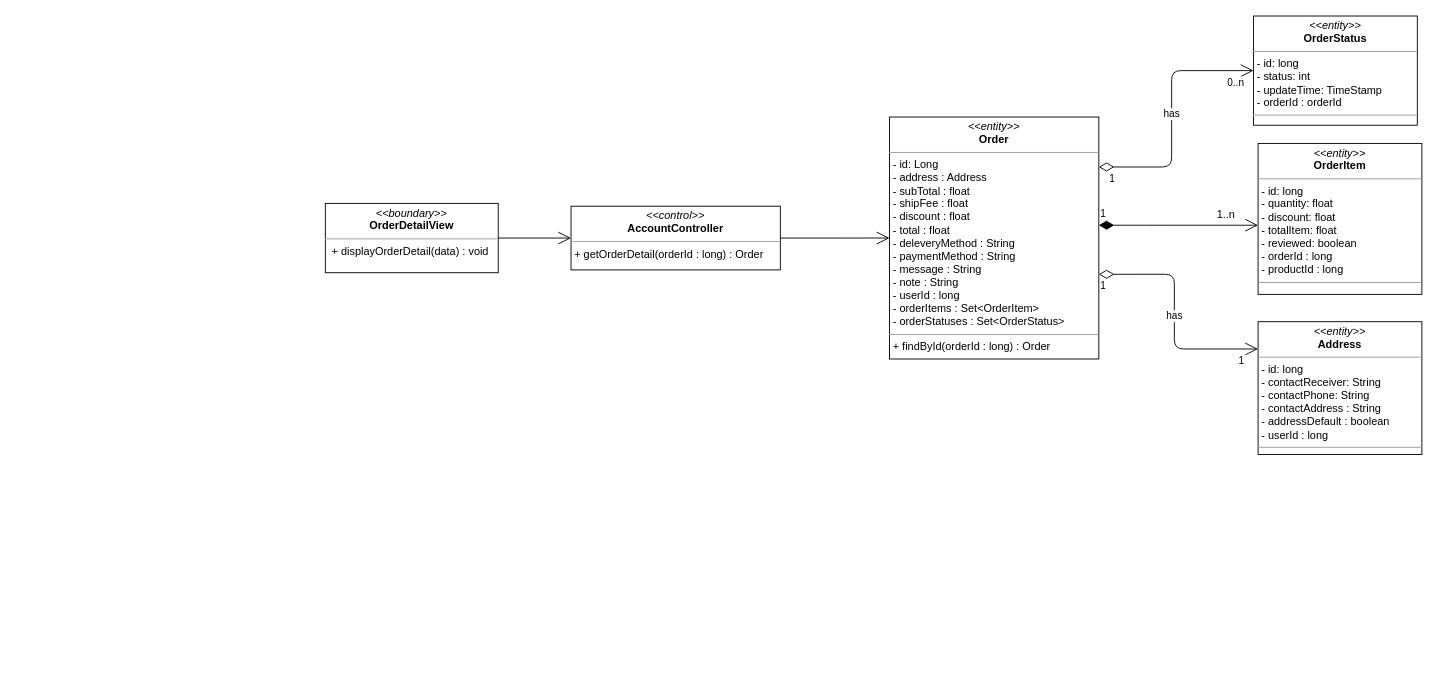
This is class diagram/get-order-detail-history-class-diagram.drawio from nguyenphamvan/datn_20202, a draw.io file, before an edit. Source tidied: cells renumbered, new cells numbered last; positions are measured from the earlier drawing's top-left corner, leaving out a move shared by most shapes. Both pictures are drawn from the tidied source at 91%, with x=0, y=0 at pixel (325, 15).
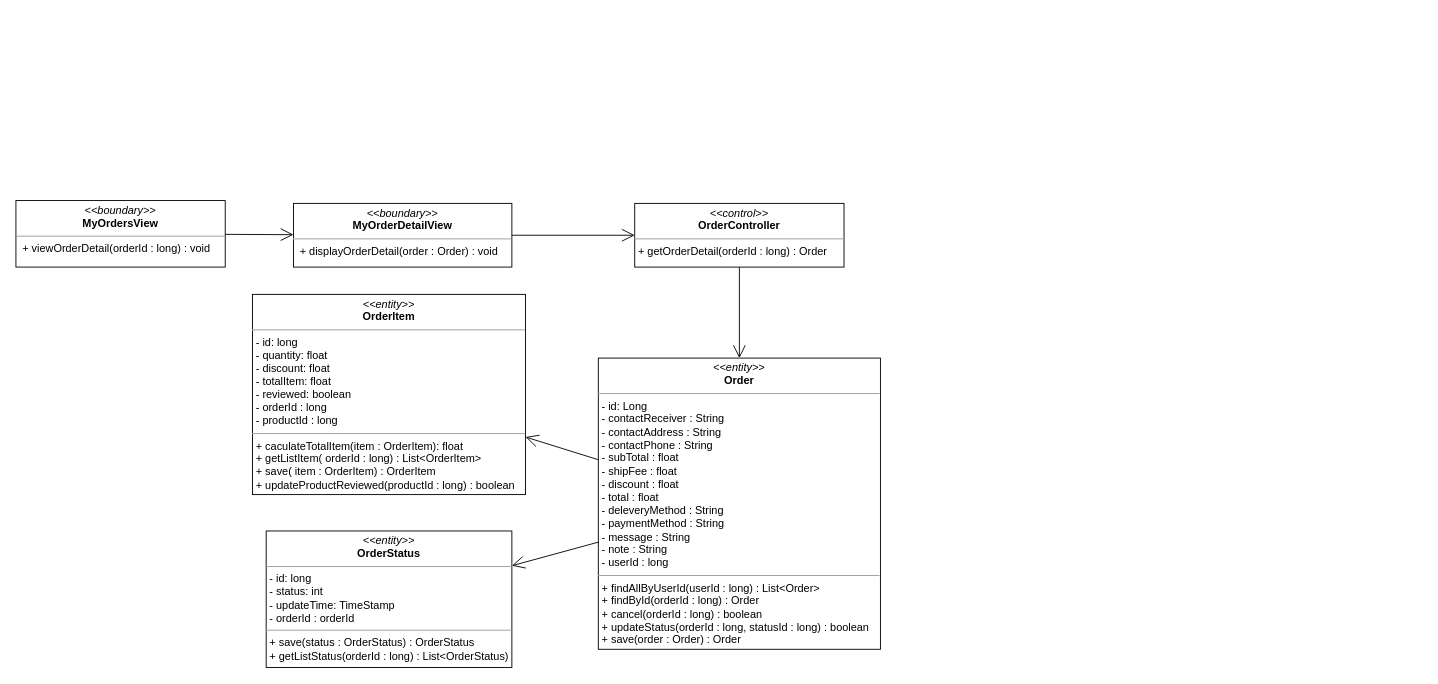
After the change.

Change to the diagram source:
```diff
@@
-    <mxCell id="2" value="&lt;p style=&quot;margin: 0px ; margin-top: 4px ; text-align: center&quot;&gt;&lt;i&gt;&amp;lt;&amp;lt;boundary&amp;gt;&amp;gt;&lt;/i&gt;&lt;br&gt;&lt;b&gt;OrderDetailView&lt;/b&gt;&lt;/p&gt;&lt;hr size=&quot;1&quot;&gt;&lt;p style=&quot;margin: 0px ; margin-left: 4px&quot;&gt;&lt;span&gt;&amp;nbsp;&lt;/span&gt;&lt;span&gt;+ displayOrderDetail(data) : void&lt;/span&gt;&lt;/p&gt;" style="verticalAlign=top;align=left;overflow=fill;fontSize=12;fontFamily=Helvetica;html=1;" parent="1" vertex="1">
-      <mxGeometry y="206" width="190" height="76.2" as="geometry" />
+    <mxCell id="2" value="&lt;p style=&quot;margin: 0px ; margin-top: 4px ; text-align: center&quot;&gt;&lt;i&gt;&amp;lt;&amp;lt;boundary&amp;gt;&amp;gt;&lt;/i&gt;&lt;br&gt;&lt;b&gt;MyOrderDetailView&lt;/b&gt;&lt;/p&gt;&lt;hr size=&quot;1&quot;&gt;&lt;p style=&quot;margin: 0px ; margin-left: 4px&quot;&gt;&lt;span&gt;&amp;nbsp;&lt;/span&gt;&lt;span&gt;+ displayOrderDetail(order : Order) : void&lt;/span&gt;&lt;/p&gt;" style="verticalAlign=top;align=left;overflow=fill;fontSize=12;fontFamily=Helvetica;html=1;" parent="1" vertex="1">
+      <mxGeometry x="-35" y="206" width="240" height="70" as="geometry" />
     </mxCell>
@@
-    <mxCell id="4" value="&lt;p style=&quot;margin: 0px ; margin-top: 4px ; text-align: center&quot;&gt;&lt;i&gt;&amp;lt;&amp;lt;control&amp;gt;&amp;gt;&lt;/i&gt;&lt;br&gt;&lt;b&gt;AccountController&lt;/b&gt;&lt;/p&gt;&lt;hr size=&quot;1&quot;&gt;&lt;p style=&quot;margin: 0px ; margin-left: 4px&quot;&gt;+ getOrderDetail(orderId : long) : Order&lt;br&gt;&lt;/p&gt;" style="verticalAlign=top;align=left;overflow=fill;fontSize=12;fontFamily=Helvetica;html=1;" parent="1" vertex="1">
-      <mxGeometry x="270" y="209.1" width="230" height="70" as="geometry" />
+    <mxCell id="4" value="&lt;p style=&quot;margin: 0px ; margin-top: 4px ; text-align: center&quot;&gt;&lt;i&gt;&amp;lt;&amp;lt;control&amp;gt;&amp;gt;&lt;/i&gt;&lt;br&gt;&lt;b&gt;OrderController&lt;/b&gt;&lt;/p&gt;&lt;hr size=&quot;1&quot;&gt;&lt;p style=&quot;margin: 0px ; margin-left: 4px&quot;&gt;+ getOrderDetail(orderId : long) : Order&lt;br&gt;&lt;/p&gt;" style="verticalAlign=top;align=left;overflow=fill;fontSize=12;fontFamily=Helvetica;html=1;" parent="1" vertex="1">
+      <mxGeometry x="340" y="206" width="230" height="70" as="geometry" />
     </mxCell>
@@
-    <mxCell id="6" value="&lt;p style=&quot;margin: 0px ; margin-top: 4px ; text-align: center&quot;&gt;&lt;i&gt;&amp;lt;&amp;lt;entity&amp;gt;&amp;gt;&lt;/i&gt;&lt;br&gt;&lt;b&gt;Address&lt;/b&gt;&lt;/p&gt;&lt;hr size=&quot;1&quot;&gt;&lt;p style=&quot;margin: 0px ; margin-left: 4px&quot;&gt;- id: long&lt;/p&gt;&lt;p style=&quot;margin: 0px ; margin-left: 4px&quot;&gt;- contactReceiver: String&lt;br&gt;- contactPhone: String&lt;/p&gt;&lt;p style=&quot;margin: 0px ; margin-left: 4px&quot;&gt;- contactAddress : String&lt;/p&gt;&lt;p style=&quot;margin: 0px ; margin-left: 4px&quot;&gt;- addressDefault : boolean&lt;/p&gt;&lt;p style=&quot;margin: 0px ; margin-left: 4px&quot;&gt;- userId : long&lt;/p&gt;&lt;hr size=&quot;1&quot;&gt;&lt;p style=&quot;margin: 0px ; margin-left: 4px&quot;&gt;&lt;br&gt;&lt;/p&gt;" style="verticalAlign=top;align=left;overflow=fill;fontSize=12;fontFamily=Helvetica;html=1;" parent="1" vertex="1">
-      <mxGeometry x="1025" y="336" width="180" height="145.9" as="geometry" />
-    </mxCell>
-    <mxCell id="7" value="&lt;p style=&quot;margin: 0px ; margin-top: 4px ; text-align: center&quot;&gt;&lt;i&gt;&amp;lt;&amp;lt;entity&amp;gt;&amp;gt;&lt;/i&gt;&lt;br&gt;&lt;b&gt;OrderItem&lt;/b&gt;&lt;/p&gt;&lt;hr size=&quot;1&quot;&gt;&lt;p style=&quot;margin: 0px ; margin-left: 4px&quot;&gt;- id: long&lt;/p&gt;&lt;p style=&quot;margin: 0px ; margin-left: 4px&quot;&gt;- quantity: float&lt;br&gt;- discount: float&lt;/p&gt;&lt;p style=&quot;margin: 0px ; margin-left: 4px&quot;&gt;- totalItem: float&lt;/p&gt;&lt;p style=&quot;margin: 0px ; margin-left: 4px&quot;&gt;- reviewed: boolean&lt;/p&gt;&lt;p style=&quot;margin: 0px ; margin-left: 4px&quot;&gt;- orderId : long&lt;/p&gt;&lt;p style=&quot;margin: 0px ; margin-left: 4px&quot;&gt;- productId : long&lt;/p&gt;&lt;hr size=&quot;1&quot;&gt;&lt;p style=&quot;margin: 0px ; margin-left: 4px&quot;&gt;&lt;br&gt;&lt;/p&gt;" style="verticalAlign=top;align=left;overflow=fill;fontSize=12;fontFamily=Helvetica;html=1;" parent="1" vertex="1">
-      <mxGeometry x="1025" y="140.1" width="180" height="165.9" as="geometry" />
+    <mxCell id="7" value="&lt;p style=&quot;margin: 0px ; margin-top: 4px ; text-align: center&quot;&gt;&lt;i&gt;&amp;lt;&amp;lt;entity&amp;gt;&amp;gt;&lt;/i&gt;&lt;br&gt;&lt;b&gt;OrderItem&lt;/b&gt;&lt;/p&gt;&lt;hr size=&quot;1&quot;&gt;&lt;p style=&quot;margin: 0px ; margin-left: 4px&quot;&gt;- id: long&lt;/p&gt;&lt;p style=&quot;margin: 0px ; margin-left: 4px&quot;&gt;- quantity: float&lt;br&gt;- discount: float&lt;/p&gt;&lt;p style=&quot;margin: 0px ; margin-left: 4px&quot;&gt;- totalItem: float&lt;/p&gt;&lt;p style=&quot;margin: 0px ; margin-left: 4px&quot;&gt;- reviewed: boolean&lt;/p&gt;&lt;p style=&quot;margin: 0px ; margin-left: 4px&quot;&gt;- orderId : long&lt;/p&gt;&lt;p style=&quot;margin: 0px ; margin-left: 4px&quot;&gt;- productId : long&lt;/p&gt;&lt;hr size=&quot;1&quot;&gt;&lt;p style=&quot;margin: 0px 0px 0px 4px&quot;&gt;+ caculateTotalItem(item : OrderItem): float&lt;br&gt;&lt;/p&gt;&lt;p style=&quot;margin: 0px 0px 0px 4px&quot;&gt;+ getListItem( orderId : long) : List&amp;lt;OrderItem&amp;gt;&lt;br&gt;&lt;/p&gt;&lt;p style=&quot;margin: 0px 0px 0px 4px&quot;&gt;+ save( item : OrderItem) : OrderItem&lt;/p&gt;&lt;p style=&quot;margin: 0px 0px 0px 4px&quot;&gt;+ updateProductReviewed(productId : long) : boolean&lt;/p&gt;" style="verticalAlign=top;align=left;overflow=fill;fontSize=12;fontFamily=Helvetica;html=1;" parent="1" vertex="1">
+      <mxGeometry x="-80" y="306" width="300" height="220" as="geometry" />
     </mxCell>
-    <mxCell id="8" value="&lt;p style=&quot;margin: 0px ; margin-top: 4px ; text-align: center&quot;&gt;&lt;i&gt;&amp;lt;&amp;lt;entity&amp;gt;&amp;gt;&lt;/i&gt;&lt;br&gt;&lt;b&gt;OrderStatus&lt;/b&gt;&lt;/p&gt;&lt;hr size=&quot;1&quot;&gt;&lt;p style=&quot;margin: 0px ; margin-left: 4px&quot;&gt;- id: long&lt;/p&gt;&lt;p style=&quot;margin: 0px ; margin-left: 4px&quot;&gt;- status: int&lt;br&gt;- updateTime: TimeStamp&lt;/p&gt;&lt;p style=&quot;margin: 0px ; margin-left: 4px&quot;&gt;- orderId : orderId&lt;/p&gt;&lt;hr size=&quot;1&quot;&gt;&lt;p style=&quot;margin: 0px ; margin-left: 4px&quot;&gt;&lt;br&gt;&lt;/p&gt;" style="verticalAlign=top;align=left;overflow=fill;fontSize=12;fontFamily=Helvetica;html=1;" parent="1" vertex="1">
-      <mxGeometry x="1020" y="0.1" width="180" height="120" as="geometry" />
+    <mxCell id="8" value="&lt;p style=&quot;margin: 0px ; margin-top: 4px ; text-align: center&quot;&gt;&lt;i&gt;&amp;lt;&amp;lt;entity&amp;gt;&amp;gt;&lt;/i&gt;&lt;br&gt;&lt;b&gt;OrderStatus&lt;/b&gt;&lt;/p&gt;&lt;hr size=&quot;1&quot;&gt;&lt;p style=&quot;margin: 0px ; margin-left: 4px&quot;&gt;- id: long&lt;/p&gt;&lt;p style=&quot;margin: 0px ; margin-left: 4px&quot;&gt;- status: int&lt;br&gt;- updateTime: TimeStamp&lt;/p&gt;&lt;p style=&quot;margin: 0px ; margin-left: 4px&quot;&gt;- orderId : orderId&lt;/p&gt;&lt;hr size=&quot;1&quot;&gt;&lt;p style=&quot;margin: 0px ; margin-left: 4px&quot;&gt;+ save(status : OrderStatus) : OrderStatus&lt;/p&gt;&lt;p style=&quot;margin: 0px ; margin-left: 4px&quot;&gt;+ getListStatus(orderId : long) : List&amp;lt;OrderStatus)&lt;/p&gt;" style="verticalAlign=top;align=left;overflow=fill;fontSize=12;fontFamily=Helvetica;html=1;" parent="1" vertex="1">
+      <mxGeometry x="-65" y="566" width="270" height="150" as="geometry" />
     </mxCell>
-    <mxCell id="9" value="has" style="endArrow=open;html=1;endSize=12;startArrow=diamondThin;startSize=14;startFill=0;edgeStyle=orthogonalEdgeStyle;exitX=1;exitY=0.65;exitDx=0;exitDy=0;exitPerimeter=0;" parent="1" edge="1" source="12" target="6">
-      <mxGeometry relative="1" as="geometry">
-        <Array as="points">
-          <mxPoint x="933" y="284" />
-          <mxPoint x="933" y="366" />
-        </Array>
-      </mxGeometry>
-    </mxCell>
-    <mxCell id="10" value="1" style="edgeLabel;html=1;align=left;verticalAlign=top;" parent="9" vertex="1">
-      <mxGeometry x="-1" relative="1" as="geometry" />
-    </mxCell>
-    <mxCell id="11" value="1" style="edgeLabel;html=1;align=right;verticalAlign=top;" parent="9" vertex="1">
-      <mxGeometry x="1" relative="1" as="geometry">
-        <mxPoint x="-15" as="offset" />
-      </mxGeometry>
-    </mxCell>
-    <mxCell id="12" value="&lt;p style=&quot;margin: 0px ; margin-top: 4px ; text-align: center&quot;&gt;&lt;i&gt;&amp;lt;&amp;lt;entity&amp;gt;&amp;gt;&lt;/i&gt;&lt;br&gt;&lt;b&gt;Order&lt;/b&gt;&lt;/p&gt;&lt;hr size=&quot;1&quot;&gt;&lt;p style=&quot;margin: 0px ; margin-left: 4px&quot;&gt;- id: Long&lt;/p&gt;&lt;p style=&quot;margin: 0px 0px 0px 4px&quot;&gt;- address : Address&lt;/p&gt;&lt;p style=&quot;margin: 0px 0px 0px 4px&quot;&gt;- subTotal : float&lt;/p&gt;&lt;p style=&quot;margin: 0px 0px 0px 4px&quot;&gt;- shipFee : float&lt;/p&gt;&lt;p style=&quot;margin: 0px 0px 0px 4px&quot;&gt;- discount : float&lt;/p&gt;&lt;p style=&quot;margin: 0px 0px 0px 4px&quot;&gt;- total : float&lt;/p&gt;&lt;p style=&quot;margin: 0px 0px 0px 4px&quot;&gt;- deleveryMethod : String&lt;/p&gt;&lt;p style=&quot;margin: 0px 0px 0px 4px&quot;&gt;- paymentMethod : String&lt;/p&gt;&lt;p style=&quot;margin: 0px 0px 0px 4px&quot;&gt;- message : String&lt;/p&gt;&lt;p style=&quot;margin: 0px 0px 0px 4px&quot;&gt;- note : String&lt;/p&gt;&lt;p style=&quot;margin: 0px 0px 0px 4px&quot;&gt;- userId : long&lt;/p&gt;&lt;p style=&quot;margin: 0px 0px 0px 4px&quot;&gt;- orderItems : Set&amp;lt;OrderItem&amp;gt;&lt;/p&gt;&lt;p style=&quot;margin: 0px 0px 0px 4px&quot;&gt;- orderStatuses : Set&amp;lt;OrderStatus&amp;gt;&lt;/p&gt;&lt;hr size=&quot;1&quot;&gt;&lt;p style=&quot;margin: 0px ; margin-left: 4px&quot;&gt;+ findById(orderId : long) : Order&lt;/p&gt;" style="verticalAlign=top;align=left;overflow=fill;fontSize=12;fontFamily=Helvetica;html=1;" parent="1" vertex="1">
-      <mxGeometry x="620" y="111.1" width="230" height="265.9" as="geometry" />
+    <mxCell id="12" value="&lt;p style=&quot;margin: 0px ; margin-top: 4px ; text-align: center&quot;&gt;&lt;i&gt;&amp;lt;&amp;lt;entity&amp;gt;&amp;gt;&lt;/i&gt;&lt;br&gt;&lt;b&gt;Order&lt;/b&gt;&lt;/p&gt;&lt;hr size=&quot;1&quot;&gt;&lt;p style=&quot;margin: 0px ; margin-left: 4px&quot;&gt;- id: Long&lt;/p&gt;&lt;p style=&quot;margin: 0px ; margin-left: 4px&quot;&gt;- contactReceiver : String&lt;/p&gt;&lt;p style=&quot;margin: 0px ; margin-left: 4px&quot;&gt;- contactAddress : String&lt;/p&gt;&lt;p style=&quot;margin: 0px ; margin-left: 4px&quot;&gt;- contactPhone : String&lt;/p&gt;&lt;p style=&quot;margin: 0px 0px 0px 4px&quot;&gt;- subTotal : float&lt;/p&gt;&lt;p style=&quot;margin: 0px 0px 0px 4px&quot;&gt;- shipFee : float&lt;/p&gt;&lt;p style=&quot;margin: 0px 0px 0px 4px&quot;&gt;- discount : float&lt;/p&gt;&lt;p style=&quot;margin: 0px 0px 0px 4px&quot;&gt;- total : float&lt;/p&gt;&lt;p style=&quot;margin: 0px 0px 0px 4px&quot;&gt;- deleveryMethod : String&lt;/p&gt;&lt;p style=&quot;margin: 0px 0px 0px 4px&quot;&gt;- paymentMethod : String&lt;/p&gt;&lt;p style=&quot;margin: 0px 0px 0px 4px&quot;&gt;- message : String&lt;/p&gt;&lt;p style=&quot;margin: 0px 0px 0px 4px&quot;&gt;- note : String&lt;/p&gt;&lt;p style=&quot;margin: 0px 0px 0px 4px&quot;&gt;- userId : long&lt;/p&gt;&lt;hr size=&quot;1&quot;&gt;&lt;p style=&quot;margin: 0px 0px 0px 4px&quot;&gt;+ findAllByUserId(userId : long) : List&amp;lt;Order&amp;gt;&lt;/p&gt;&lt;p style=&quot;margin: 0px 0px 0px 4px&quot;&gt;+ findById(orderId : long) : Order&lt;br&gt;&lt;/p&gt;&lt;p style=&quot;margin: 0px 0px 0px 4px&quot;&gt;+ cancel(orderId : long) : boolean&lt;br&gt;&lt;/p&gt;&lt;p style=&quot;margin: 0px 0px 0px 4px&quot;&gt;+ updateStatus(orderId : long, statusId : long) : boolean&lt;/p&gt;&lt;p style=&quot;margin: 0px 0px 0px 4px&quot;&gt;+ save(order : Order) : Order&lt;/p&gt;" style="verticalAlign=top;align=left;overflow=fill;fontSize=12;fontFamily=Helvetica;html=1;" parent="1" vertex="1">
+      <mxGeometry x="300" y="376" width="310" height="320" as="geometry" />
     </mxCell>
-    <mxCell id="13" value="has" style="endArrow=open;html=1;endSize=12;startArrow=diamondThin;startSize=14;startFill=0;edgeStyle=orthogonalEdgeStyle;" parent="1" edge="1" source="12">
-      <mxGeometry relative="1" as="geometry">
-        <mxPoint x="1020" y="60.1" as="targetPoint" />
-        <Array as="points">
-          <mxPoint x="930" y="166" />
-          <mxPoint x="930" y="60" />
-        </Array>
-      </mxGeometry>
-    </mxCell>
-    <mxCell id="14" value="1" style="edgeLabel;html=1;align=left;verticalAlign=top;" parent="13" vertex="1">
-      <mxGeometry x="-1" relative="1" as="geometry">
-        <mxPoint x="10" as="offset" />
-      </mxGeometry>
-    </mxCell>
-    <mxCell id="15" value="0..n" style="edgeLabel;html=1;align=right;verticalAlign=top;" parent="13" vertex="1">
-      <mxGeometry x="1" relative="1" as="geometry">
-        <mxPoint x="-10" as="offset" />
-      </mxGeometry>
-    </mxCell>
-    <mxCell id="16" value="1" style="endArrow=open;html=1;endSize=12;startArrow=diamondThin;startSize=14;startFill=1;edgeStyle=orthogonalEdgeStyle;align=left;verticalAlign=bottom;" parent="1" edge="1" source="12">
-      <mxGeometry x="-1" y="3" relative="1" as="geometry">
-        <mxPoint x="1025" y="230" as="targetPoint" />
-        <Array as="points">
-          <mxPoint x="910" y="230" />
-          <mxPoint x="910" y="230" />
-        </Array>
-      </mxGeometry>
-    </mxCell>
-    <mxCell id="17" value="1..n" style="text;html=1;strokeColor=none;fillColor=none;align=center;verticalAlign=middle;whiteSpace=wrap;rounded=0;" parent="1" vertex="1">
-      <mxGeometry x="970" y="209.1" width="40" height="20" as="geometry" />
-    </mxCell>
+    <mxCell id="18" value="&lt;p style=&quot;margin: 0px ; margin-top: 4px ; text-align: center&quot;&gt;&lt;i&gt;&amp;lt;&amp;lt;boundary&amp;gt;&amp;gt;&lt;/i&gt;&lt;br&gt;&lt;b&gt;MyOrdersView&lt;/b&gt;&lt;/p&gt;&lt;hr size=&quot;1&quot;&gt;&lt;p style=&quot;margin: 0px ; margin-left: 4px&quot;&gt;&lt;span&gt;&amp;nbsp;&lt;/span&gt;&lt;span&gt;+ viewOrderDetail(orderId : long) : void&lt;/span&gt;&lt;/p&gt;" style="verticalAlign=top;align=left;overflow=fill;fontSize=12;fontFamily=Helvetica;html=1;" parent="1" vertex="1">
+      <mxGeometry x="-340" y="202.9" width="230" height="73.1" as="geometry" />
+    </mxCell>
+    <mxCell id="19" style="endArrow=open;endFill=1;endSize=12;html=1;" parent="1" edge="1" source="18" target="2">
+      <mxGeometry relative="1" as="geometry" />
+    </mxCell>
+    <mxCell id="20" style="endArrow=open;endFill=1;endSize=12;html=1;" parent="1" edge="1" source="12" target="8">
+      <mxGeometry relative="1" as="geometry" />
+    </mxCell>
+    <mxCell id="21" style="endArrow=open;endFill=1;endSize=12;html=1;" parent="1" edge="1" source="12" target="7">
+      <mxGeometry relative="1" as="geometry" />
+    </mxCell>
```
